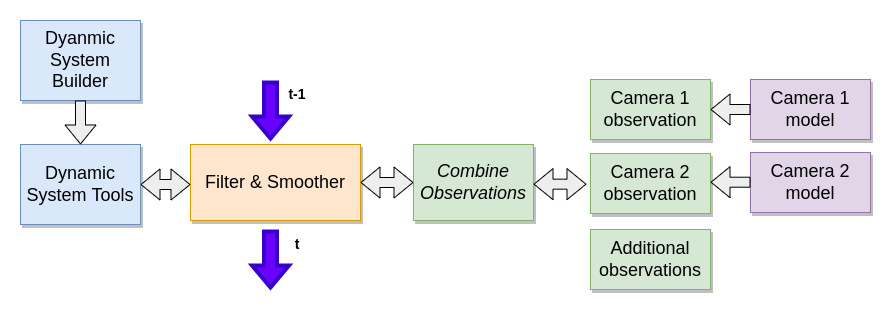
Before: docs/img/block_diagram.png, a diagram exported from draw.io (tusq-at-usq/motion-analysis). Source tidied: cells renumbered, new cells last; positions are measured from the earlier drawing's top-left corner, leaving out a move shared by most shapes. The source it was exported from:
```xml
<mxGraphModel>
  <root>
    <mxCell id="0" style="html=1;" />
    <mxCell id="1" style="html=1;" parent="0" />
    <mxCell id="2" value="Filter &amp;amp; Smoother" style="whiteSpace=wrap;html=1;shadow=1;fontSize=18;fillColor=#ffe6cc;strokeColor=#d79b00;" parent="1" vertex="1">
      <mxGeometry x="170" y="124" width="170" height="76" as="geometry" />
    </mxCell>
    <mxCell id="3" value="&lt;i&gt;Combine Observations&lt;/i&gt;" style="whiteSpace=wrap;html=1;shadow=1;fontSize=18;fillColor=#d5e8d4;strokeColor=#82b366;" parent="1" vertex="1">
      <mxGeometry x="393" y="124" width="120" height="76" as="geometry" />
    </mxCell>
    <mxCell id="4" value="Camera 1 observation" style="whiteSpace=wrap;html=1;shadow=1;fontSize=18;fillColor=#d5e8d4;strokeColor=#82b366;" parent="1" vertex="1">
      <mxGeometry x="570" y="59" width="120" height="60" as="geometry" />
    </mxCell>
    <mxCell id="5" value="Camera 2 observation" style="whiteSpace=wrap;html=1;shadow=1;fontSize=18;fillColor=#d5e8d4;strokeColor=#82b366;" parent="1" vertex="1">
      <mxGeometry x="570" y="133" width="120" height="60" as="geometry" />
    </mxCell>
    <mxCell id="6" value="Dynamic System Tools" style="whiteSpace=wrap;html=1;shadow=1;fontSize=18;fillColor=#dae8fc;strokeColor=#6c8ebf;" parent="1" vertex="1">
      <mxGeometry y="124" width="120" height="80" as="geometry" />
    </mxCell>
    <mxCell id="7" value="Dyanmic System Builder" style="whiteSpace=wrap;html=1;shadow=1;fontSize=18;fillColor=#dae8fc;strokeColor=#6c8ebf;" parent="1" vertex="1">
      <mxGeometry width="120" height="80" as="geometry" />
    </mxCell>
    <mxCell id="8" style="shape=flexArrow;endArrow=classic;html=1;rounded=0;endSize=6;exitX=0.5;exitY=1;exitDx=0;exitDy=0;entryX=0.5;entryY=0;entryDx=0;entryDy=0;fillColor=#eeeeee;strokeColor=default;" parent="1" edge="1" source="7" target="6">
      <mxGeometry relative="1" as="geometry" />
    </mxCell>
    <mxCell id="9" style="shape=flexArrow;endArrow=block;html=1;rounded=0;endSize=6;strokeColor=default;endFill=0;startArrow=block;exitX=1;exitY=0.5;exitDx=0;exitDy=0;fillColor=#eeeeee;" parent="1" edge="1" source="6">
      <mxGeometry relative="1" as="geometry">
        <mxPoint x="170" y="164" as="targetPoint" />
      </mxGeometry>
    </mxCell>
    <mxCell id="10" style="shape=flexArrow;endArrow=block;html=1;rounded=0;endSize=6;strokeColor=default;endFill=0;startArrow=block;exitX=1;exitY=0.5;exitDx=0;exitDy=0;entryX=0;entryY=0.5;entryDx=0;entryDy=0;fillColor=#eeeeee;" parent="1" edge="1" source="2" target="3">
      <mxGeometry relative="1" as="geometry" />
    </mxCell>
    <mxCell id="11" value="Additional observations" style="whiteSpace=wrap;html=1;shadow=1;fontSize=18;fillColor=#d5e8d4;strokeColor=#82b366;" parent="1" vertex="1">
      <mxGeometry x="570" y="209" width="120" height="60" as="geometry" />
    </mxCell>
    <mxCell id="12" style="shape=flexArrow;endArrow=block;html=1;rounded=0;endSize=6;strokeColor=default;endFill=0;startArrow=block;exitX=1;exitY=0.5;exitDx=0;exitDy=0;entryX=0;entryY=0.5;entryDx=0;entryDy=0;fillColor=#eeeeee;" parent="1" edge="1">
      <mxGeometry relative="1" as="geometry">
        <mxPoint x="513" y="163.7" as="sourcePoint" />
        <mxPoint x="566" y="163.7" as="targetPoint" />
      </mxGeometry>
    </mxCell>
    <mxCell id="13" value="Camera 1 model" style="whiteSpace=wrap;html=1;shadow=1;fontSize=18;fillColor=#e1d5e7;strokeColor=#9673a6;" parent="1" vertex="1">
      <mxGeometry x="730" y="59" width="120" height="60" as="geometry" />
    </mxCell>
    <mxCell id="14" value="Camera 2 model" style="whiteSpace=wrap;html=1;shadow=1;fontSize=18;fillColor=#e1d5e7;strokeColor=#9673a6;" parent="1" vertex="1">
      <mxGeometry x="730" y="132" width="120" height="60" as="geometry" />
    </mxCell>
    <mxCell id="15" style="shape=flexArrow;endArrow=classic;html=1;rounded=0;endSize=6;exitX=0;exitY=0.5;exitDx=0;exitDy=0;fillColor=#eeeeee;strokeColor=default;" parent="1" edge="1" source="13">
      <mxGeometry relative="1" as="geometry">
        <mxPoint x="690" y="89" as="targetPoint" />
      </mxGeometry>
    </mxCell>
    <mxCell id="16" style="shape=flexArrow;endArrow=classic;html=1;rounded=0;endSize=6;exitX=0;exitY=0.5;exitDx=0;exitDy=0;fillColor=#eeeeee;strokeColor=default;" parent="1" edge="1">
      <mxGeometry relative="1" as="geometry">
        <mxPoint x="730" y="161.7" as="sourcePoint" />
        <mxPoint x="690" y="161.7" as="targetPoint" />
      </mxGeometry>
    </mxCell>
    <mxCell id="17" style="shape=flexArrow;endArrow=classic;html=1;rounded=0;endSize=6;strokeColor=#3700CC;fillColor=#6a00ff;strokeWidth=4;" parent="1" edge="1">
      <mxGeometry relative="1" as="geometry">
        <mxPoint x="250" y="60" as="sourcePoint" />
        <mxPoint x="250" y="120" as="targetPoint" />
      </mxGeometry>
    </mxCell>
    <mxCell id="18" style="shape=flexArrow;endArrow=classic;html=1;rounded=0;endSize=6;strokeColor=#3700CC;fillColor=#6a00ff;strokeWidth=4;" parent="1" edge="1">
      <mxGeometry relative="1" as="geometry">
        <mxPoint x="250" y="209" as="sourcePoint" />
        <mxPoint x="250" y="269" as="targetPoint" />
      </mxGeometry>
    </mxCell>
    <mxCell id="19" value="&lt;b&gt;&lt;font style=&quot;font-size: 14px&quot;&gt;t-1&lt;/font&gt;&lt;/b&gt;" style="text;html=1;strokeColor=none;fillColor=none;align=center;verticalAlign=middle;whiteSpace=wrap;rounded=0;" parent="1" vertex="1">
      <mxGeometry x="247" y="59" width="60" height="30" as="geometry" />
    </mxCell>
    <mxCell id="20" value="&lt;b&gt;&lt;font style=&quot;font-size: 14px&quot;&gt;t&lt;/font&gt;&lt;/b&gt;" style="text;html=1;strokeColor=none;fillColor=none;align=center;verticalAlign=middle;whiteSpace=wrap;rounded=0;" parent="1" vertex="1">
      <mxGeometry x="247" y="209" width="60" height="30" as="geometry" />
    </mxCell>
  </root>
</mxGraphModel>
```
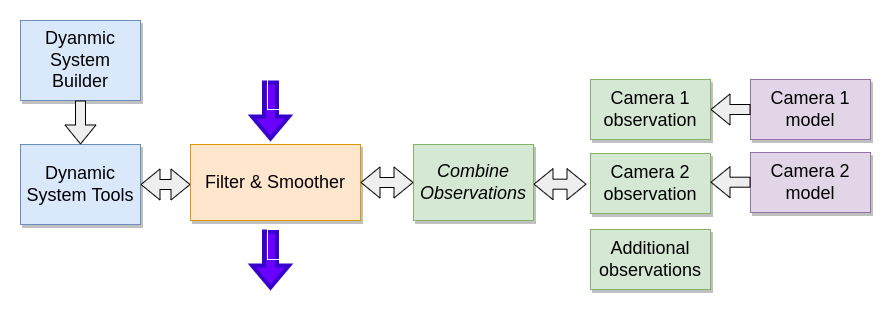
Above is the later version.

Diff of the diagram source:
```diff
@@ -69,10 +69,10 @@
         <mxPoint x="250" y="269" as="targetPoint" />
       </mxGeometry>
     </mxCell>
-    <mxCell id="19" value="&lt;b&gt;&lt;font style=&quot;font-size: 14px&quot;&gt;t-1&lt;/font&gt;&lt;/b&gt;" style="text;html=1;strokeColor=none;fillColor=none;align=center;verticalAlign=middle;whiteSpace=wrap;rounded=0;" parent="1" vertex="1">
+    <mxCell id="19" value="&lt;b&gt;&lt;font style=&quot;font-size: 14px&quot;&gt;t-1&lt;/font&gt;&lt;/b&gt;" style="text;html=1;align=center;verticalAlign=middle;whiteSpace=wrap;rounded=0;fillColor=none;strokeColor=#FFFFFF;fontColor=#FFFFFF;" parent="1" vertex="1">
       <mxGeometry x="247" y="59" width="60" height="30" as="geometry" />
     </mxCell>
-    <mxCell id="20" value="&lt;b&gt;&lt;font style=&quot;font-size: 14px&quot;&gt;t&lt;/font&gt;&lt;/b&gt;" style="text;html=1;strokeColor=none;fillColor=none;align=center;verticalAlign=middle;whiteSpace=wrap;rounded=0;" parent="1" vertex="1">
+    <mxCell id="20" value="&lt;b&gt;&lt;font style=&quot;font-size: 14px&quot;&gt;t&lt;/font&gt;&lt;/b&gt;" style="text;html=1;align=center;verticalAlign=middle;whiteSpace=wrap;rounded=0;fillColor=none;strokeColor=#FFFFFF;fontColor=#FFFFFF;" parent="1" vertex="1">
       <mxGeometry x="247" y="209" width="60" height="30" as="geometry" />
     </mxCell>
   </root>
```
